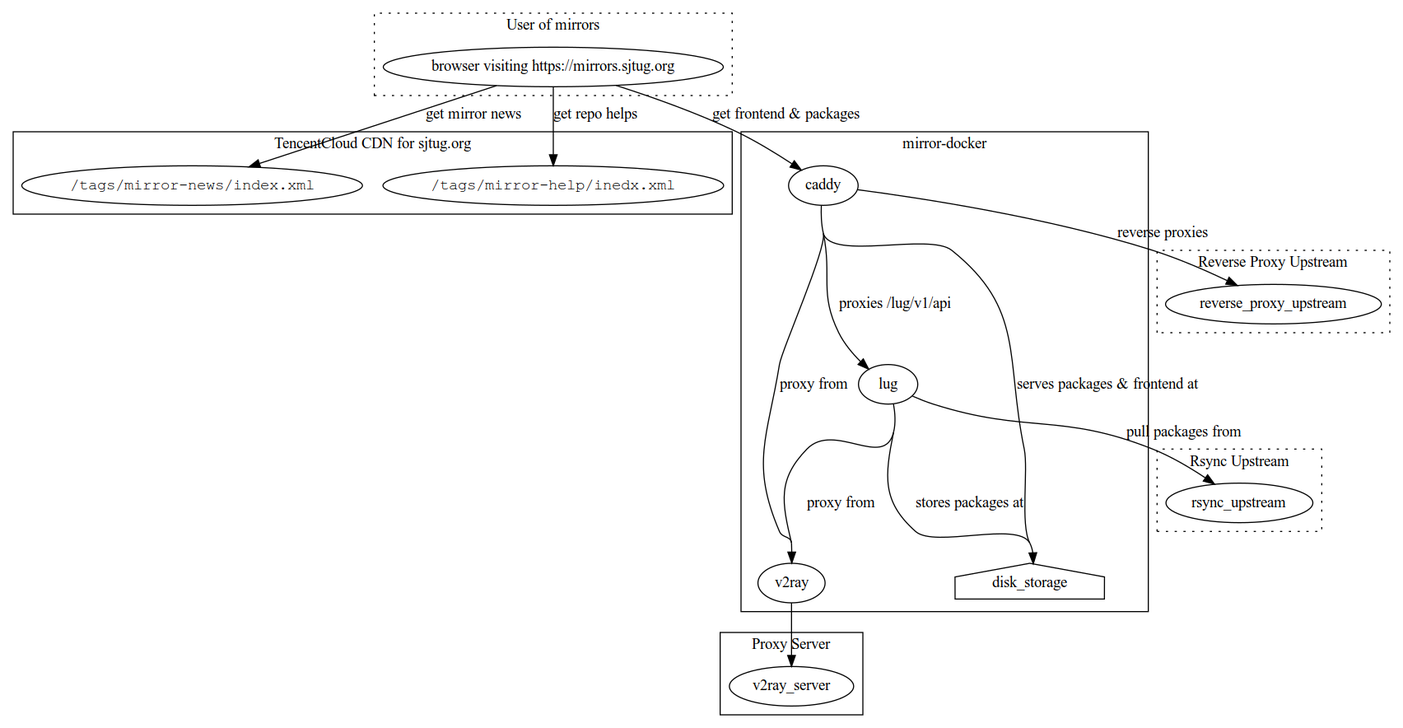
Before: doc-assets/images/arch.png, a diagram exported from Graphviz (sjtug/mirror-docker). Its source is kept beside it as doc-assets/arch.dot. Its diagram source:
```dot
digraph {
    compound=true;
    concentrate=true;
    subgraph clusterProxyServer {
        label="Proxy Server";
        "v2ray_server";
        graph[style=solid];
    }

    subgraph "cluster TencentCloud CDN for sjtug.org" {
        label="TencentCloud CDN for sjtug.org";
        mirror_news [label="/tags/mirror-news/index.xml" fontname="Courier New"];
        mirror_help [label="/tags/mirror-help/index.xml" fontname="Courier New"];
    }

    subgraph clusterReverseProxyUpstream {
        label="Reverse Proxy Upstream";
        style=dotted;
        reverse_proxy_upstream;
    }

    subgraph clusterRsyncUpstream {
        label="Rsync Upstream";
        style=dotted;
        rsync_upstream;
    }

    subgraph clusterMirrorDocker {
        label="mirror-docker";
        lug; caddy; v2ray;
        disk_storage [shape=house];
        v2ray -> "v2ray_server";
        lug -> v2ray [label="proxy from"];
        caddy -> v2ray [label="proxy from"];
        lug -> disk_storage [label="stores packages at"];
        lug -> rsync_upstream [label="pull packages from"];
        caddy -> disk_storage [label="serves packages & frontend at"];
        caddy -> reverse_proxy_upstream [label="reverse proxies"];
        caddy -> lug [label="proxies /lug/v1/api"];
        graph[style=solid];
    }

    subgraph clusterMirrorUser {
        label="User of mirrors";
        style=dotted;
        browser[label="browser visiting https://mirrors.sjtug.org"];
        browser -> caddy [label="get frontend & packages"];
        browser -> mirror_news [label="get mirror news"];
        browser -> mirror_help [label="get repo helps"];
    }
}
```
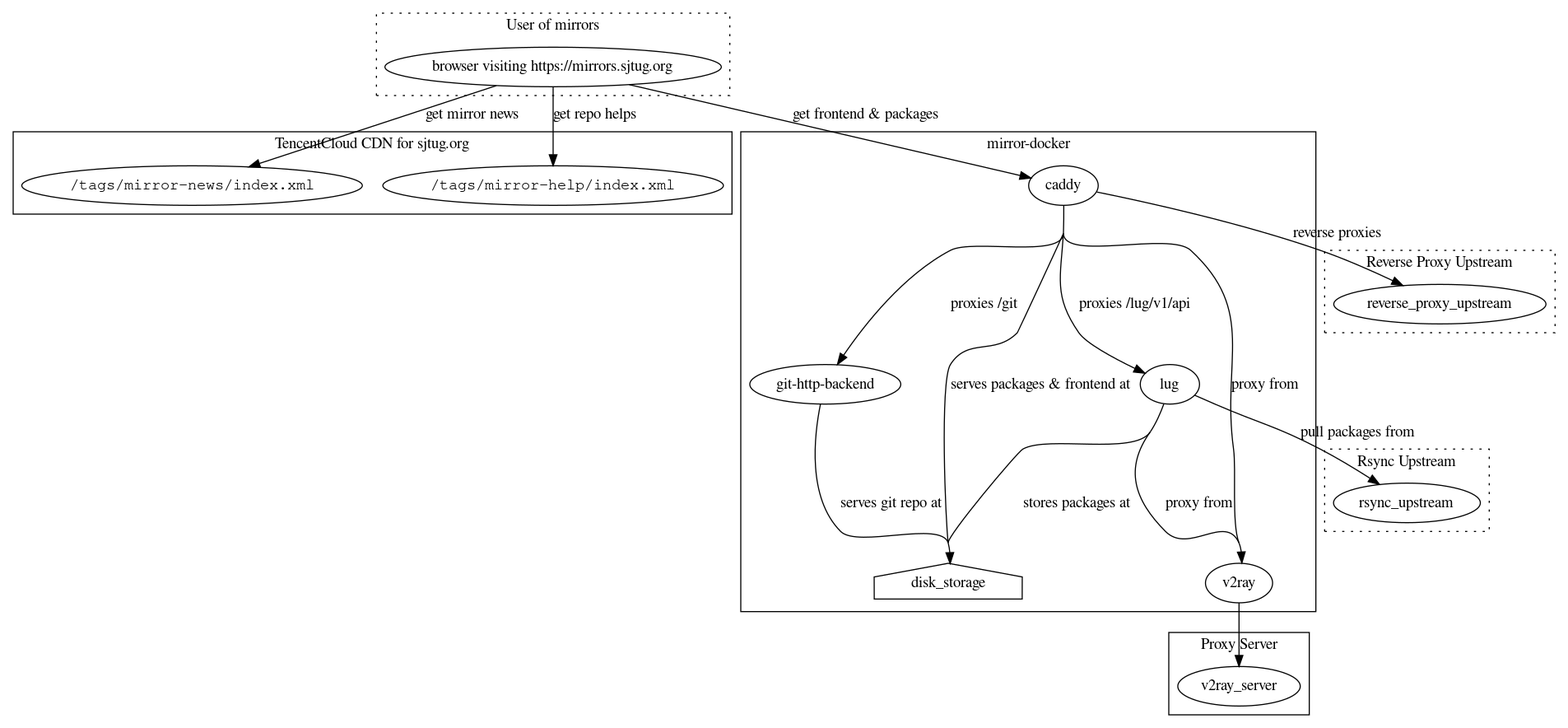
Later version of the same file.

Change to the diagram source:
```diff
@@ -27,7 +27,7 @@
 
     subgraph clusterMirrorDocker {
         label="mirror-docker";
-        lug; caddy; v2ray;
+        lug; caddy; v2ray; "git-http-backend";
         disk_storage [shape=house];
         v2ray -> "v2ray_server";
         lug -> v2ray [label="proxy from"];
@@ -37,6 +37,8 @@
         caddy -> disk_storage [label="serves packages & frontend at"];
         caddy -> reverse_proxy_upstream [label="reverse proxies"];
         caddy -> lug [label="proxies /lug/v1/api"];
+	caddy -> "git-http-backend" [label="proxies /git"];
+	"git-http-backend" -> disk_storage [label="serves git repo at"];
         graph[style=solid];
     }
 
```
